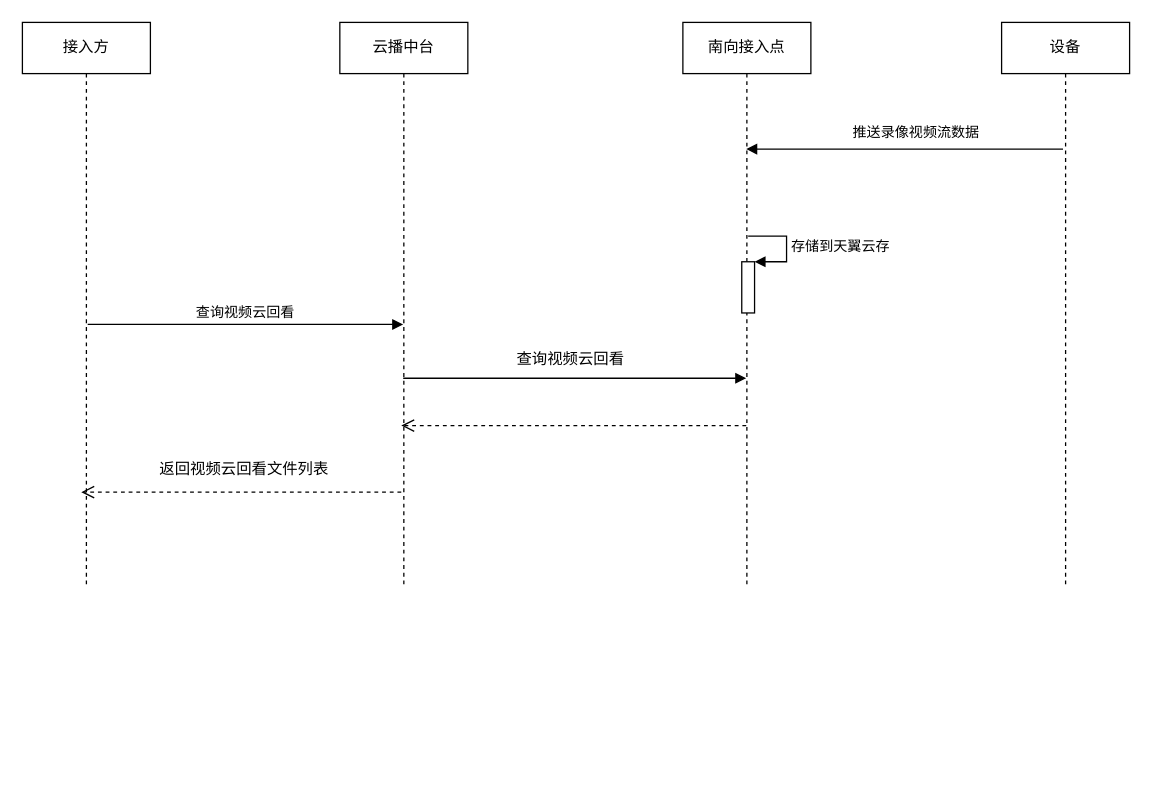
Earlier version of the draw.io diagram page "第 3 页" (3 of 4) of 未命名绘图5555.drawio (HughRudolf/Drawio). Source tidied: cells renumbered, new cells numbered last; positions are measured from the earlier drawing's top-left corner, leaving out a move shared by most shapes. Both pictures are drawn from the tidied source at 128%, with x=0, y=0 at pixel (22, 22).
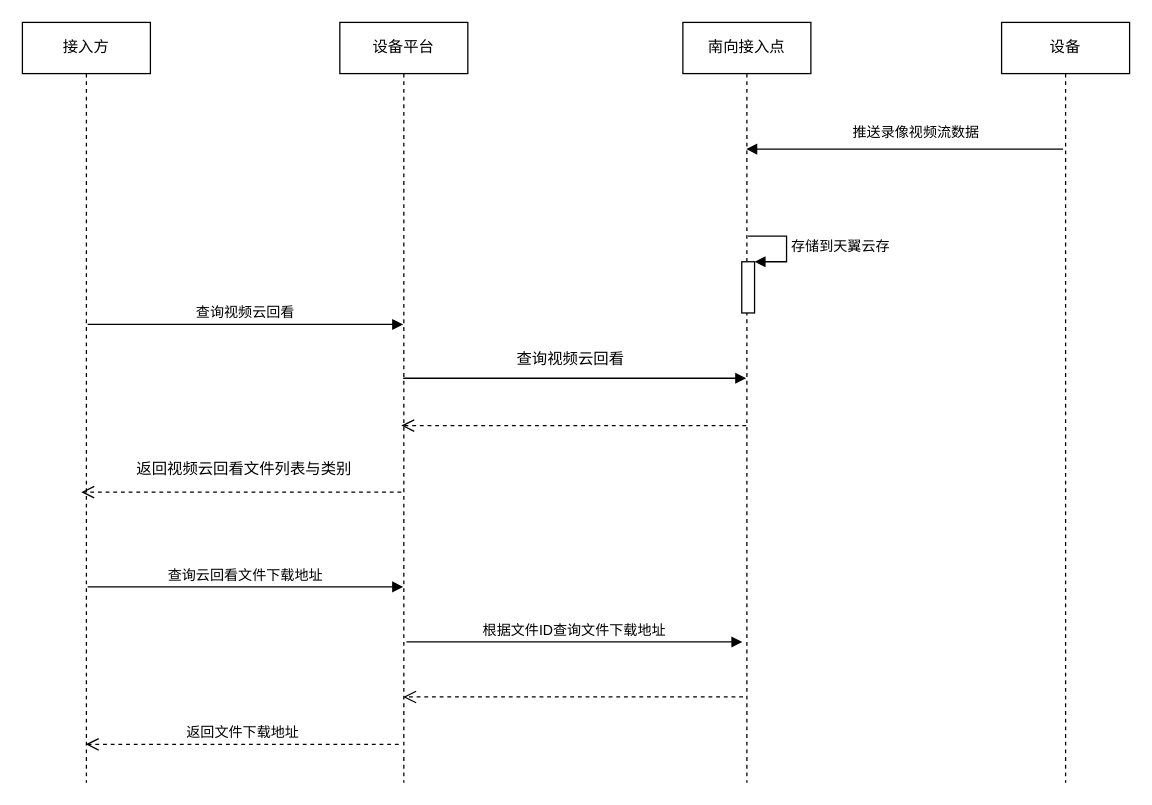
The same diagram, later.

What changed in the source:
```diff
@@
     <mxCell id="2" value="接入方" style="shape=umlLifeline;perimeter=lifelinePerimeter;whiteSpace=wrap;html=1;outlineConnect=0;" parent="1" vertex="1">
-      <mxGeometry width="100" height="440" as="geometry" />
+      <mxGeometry width="100" height="594" as="geometry" />
     </mxCell>
-    <mxCell id="3" value="云播中台" style="shape=umlLifeline;perimeter=lifelinePerimeter;whiteSpace=wrap;html=1;" parent="1" vertex="1">
-      <mxGeometry x="248" width="100" height="440" as="geometry" />
+    <mxCell id="3" value="设备平台" style="shape=umlLifeline;perimeter=lifelinePerimeter;whiteSpace=wrap;html=1;" parent="1" vertex="1">
+      <mxGeometry x="248" width="100" height="594" as="geometry" />
     </mxCell>
+    <mxCell id="16" value="根据文件ID查询文件下载地址" style="html=1;verticalAlign=bottom;endArrow=block;rounded=0;" parent="3" edge="1">
+      <mxGeometry relative="1" as="geometry">
+        <mxPoint x="52" y="484" as="sourcePoint" />
+        <mxPoint x="314.5" y="484" as="targetPoint" />
+      </mxGeometry>
+    </mxCell>
     <mxCell id="4" value="设备" style="shape=umlLifeline;perimeter=lifelinePerimeter;whiteSpace=wrap;html=1;" parent="1" vertex="1">
-      <mxGeometry x="765" width="100" height="440" as="geometry" />
+      <mxGeometry x="765" width="100" height="594" as="geometry" />
     </mxCell>
     <mxCell id="5" value="南向接入点" style="shape=umlLifeline;perimeter=lifelinePerimeter;whiteSpace=wrap;html=1;" parent="1" vertex="1">
-      <mxGeometry x="516" width="100" height="440" as="geometry" />
+      <mxGeometry x="516" width="100" height="594" as="geometry" />
     </mxCell>
@@
-    <mxCell id="15" value="返回视频云回看文件列表" style="text;html=1;align=center;verticalAlign=middle;strokeColor=none;fillColor=none;" parent="1" vertex="1">
-      <mxGeometry x="98" y="339" width="150" height="20" as="geometry" />
+    <mxCell id="15" value="返回视频云回看文件列表与类别" style="text;html=1;align=center;verticalAlign=middle;strokeColor=none;fillColor=none;" parent="1" vertex="1">
+      <mxGeometry x="83" y="339" width="180" height="20" as="geometry" />
     </mxCell>
+    <mxCell id="17" value="查询云回看文件下载地址" style="html=1;verticalAlign=bottom;endArrow=block;rounded=0;" parent="1" edge="1">
+      <mxGeometry relative="1" as="geometry">
+        <mxPoint x="51" y="441" as="sourcePoint" />
+        <mxPoint x="297.5" y="441" as="targetPoint" />
+      </mxGeometry>
+    </mxCell>
+    <mxCell id="18" style="html=1;verticalAlign=bottom;endArrow=open;dashed=1;endSize=8;rounded=0;" parent="1" edge="1">
+      <mxGeometry relative="1" as="geometry">
+        <mxPoint x="563" y="527" as="sourcePoint" />
+        <mxPoint x="297.5" y="527" as="targetPoint" />
+      </mxGeometry>
+    </mxCell>
+    <mxCell id="19" value="返回文件下载地址" style="html=1;verticalAlign=bottom;endArrow=open;dashed=1;endSize=8;rounded=0;" parent="1" edge="1" target="2">
+      <mxGeometry relative="1" as="geometry">
+        <mxPoint x="294" y="564" as="sourcePoint" />
+      </mxGeometry>
+    </mxCell>
```
